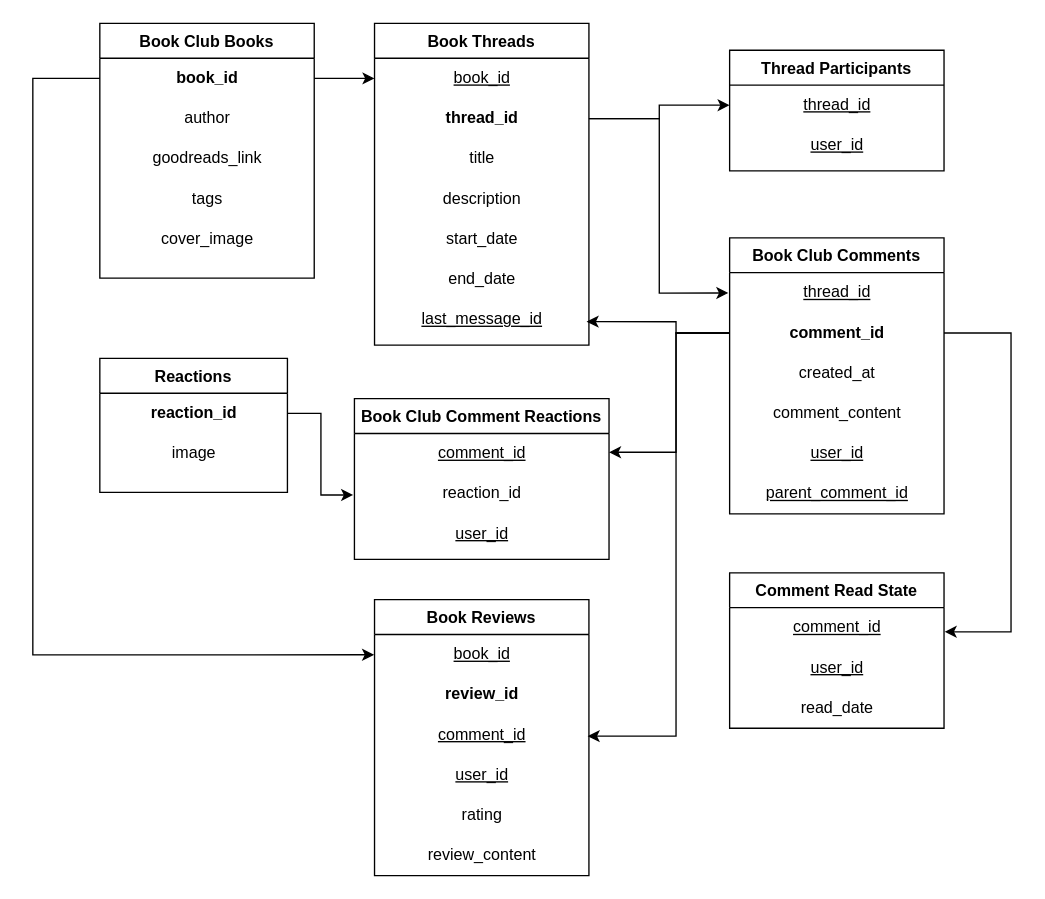
Before: images/BookClubERD.drawio in hwilloug/hannah-blog, a draw.io diagram. Source tidied: cells renumbered, new cells numbered last; positions are measured from the earlier drawing's top-left corner, leaving out a move shared by most shapes. Both pictures are drawn from the tidied source at 134%, with x=0, y=0 at pixel (32, 23).
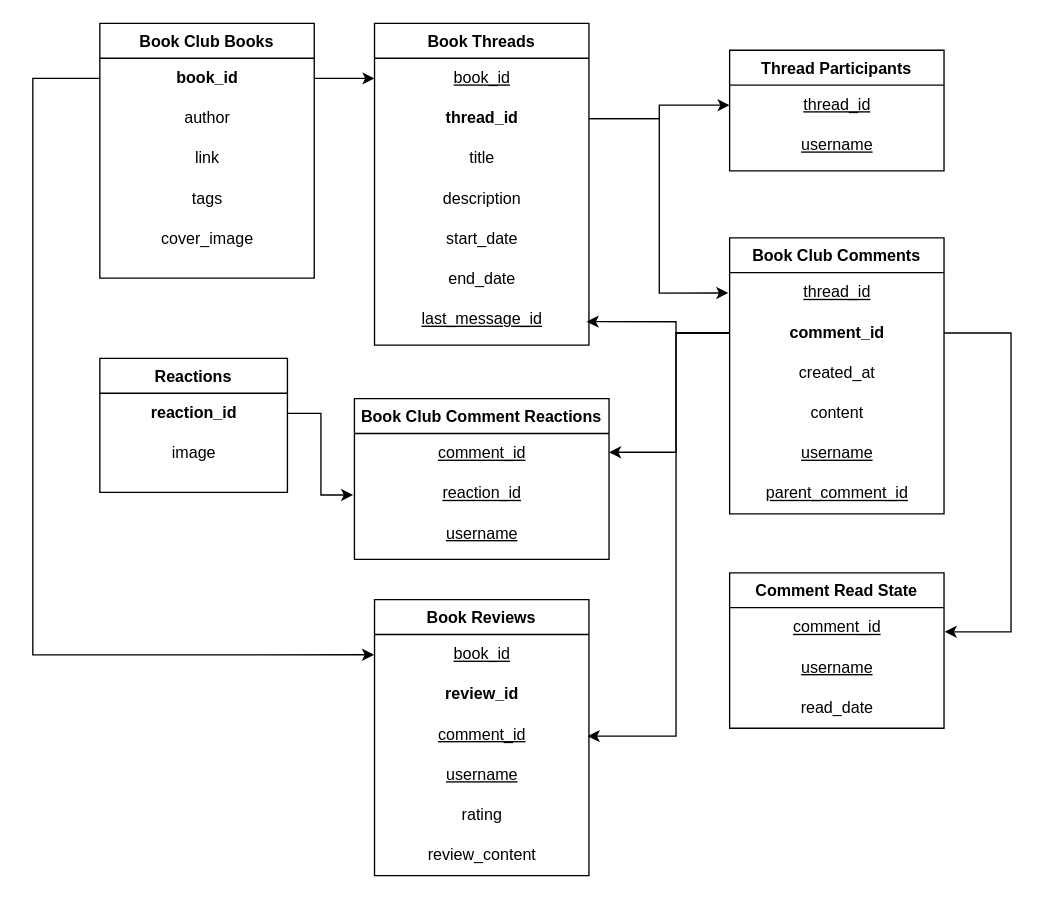
The same diagram, later.

The change refers to these unchanged cells:
```xml
<mxCell id="2" value="Book Club Comments" style="swimlane;fontStyle=1;align=center;verticalAlign=top;horizontal=1;startSize=26;rounded=0;shadow=0;strokeWidth=1;" parent="1" vertex="1">
  <mxGeometry x="520" y="160" width="160" height="206" as="geometry" />
</mxCell>
<mxCell id="9" value="Book Club Books" style="swimlane;fontStyle=1;align=center;verticalAlign=top;horizontal=1;startSize=26;rounded=0;shadow=0;strokeWidth=1;" parent="1" vertex="1">
  <mxGeometry x="50" width="160" height="190" as="geometry" />
</mxCell>
<mxCell id="24" value="Book Club Comment Reactions" style="swimlane;fontStyle=1;align=center;verticalAlign=top;horizontal=1;startSize=26;rounded=0;shadow=0;strokeWidth=1;" parent="1" vertex="1">
  <mxGeometry x="240" y="280" width="190" height="120" as="geometry" />
</mxCell>
<mxCell id="34" value="Thread Participants" style="swimlane;fontStyle=1;align=center;verticalAlign=top;horizontal=1;startSize=26;rounded=0;shadow=0;strokeWidth=1;" parent="1" vertex="1">
  <mxGeometry x="520" y="20" width="160" height="90" as="geometry" />
</mxCell>
<mxCell id="38" value="Comment Read State" style="swimlane;fontStyle=1;align=center;verticalAlign=top;horizontal=1;startSize=26;rounded=0;shadow=0;strokeWidth=1;" parent="1" vertex="1">
  <mxGeometry x="520" y="410" width="160" height="116" as="geometry" />
</mxCell>
<mxCell id="44" value="Book Reviews" style="swimlane;fontStyle=1;align=center;verticalAlign=top;horizontal=1;startSize=26;rounded=0;shadow=0;strokeWidth=1;" parent="1" vertex="1">
  <mxGeometry x="255" y="430" width="160" height="206" as="geometry" />
</mxCell>
```

Change to the diagram source:
```diff
@@
-    <mxCell id="6" value="comment_content" style="text;html=1;align=center;verticalAlign=middle;strokeColor=none;fillColor=none;" parent="2" vertex="1">
+    <mxCell id="6" value="content" style="text;html=1;align=center;verticalAlign=middle;strokeColor=none;fillColor=none;" parent="2" vertex="1">
       <mxGeometry y="116" width="160" height="30" as="geometry" />
     </mxCell>
-    <mxCell id="7" value="user_id" style="text;html=1;align=center;verticalAlign=middle;strokeColor=none;fillColor=none;fontStyle=4;" parent="2" vertex="1">
+    <mxCell id="7" value="username" style="text;html=1;align=center;verticalAlign=middle;strokeColor=none;fillColor=none;fontStyle=4;" parent="2" vertex="1">
       <mxGeometry y="146" width="160" height="30" as="geometry" />
     </mxCell>
@@
-    <mxCell id="12" value="goodreads_link" style="text;html=1;align=center;verticalAlign=middle;strokeColor=none;fillColor=none;" parent="9" vertex="1">
+    <mxCell id="12" value="link" style="text;html=1;align=center;verticalAlign=middle;strokeColor=none;fillColor=none;" parent="9" vertex="1">
       <mxGeometry y="86" width="160" height="30" as="geometry" />
     </mxCell>
@@
-    <mxCell id="26" value="reaction_id" style="text;html=1;align=center;verticalAlign=middle;points=[];strokeColor=none;fillColor=none;" parent="24" vertex="1">
+    <mxCell id="26" value="reaction_id" style="text;html=1;align=center;verticalAlign=middle;points=[];strokeColor=none;fillColor=none;fontStyle=4;" parent="24" vertex="1">
       <mxGeometry y="56" width="190" height="30" as="geometry" />
     </mxCell>
-    <mxCell id="27" value="user_id" style="text;html=1;align=center;verticalAlign=middle;strokeColor=none;fillColor=none;fontStyle=4;" parent="24" vertex="1">
+    <mxCell id="27" value="username" style="text;html=1;align=center;verticalAlign=middle;strokeColor=none;fillColor=none;fontStyle=4;" parent="24" vertex="1">
       <mxGeometry y="86" width="190" height="30" as="geometry" />
     </mxCell>
@@
-    <mxCell id="36" value="user_id" style="text;html=1;align=center;verticalAlign=middle;strokeColor=none;fillColor=none;fontStyle=4;" parent="34" vertex="1">
+    <mxCell id="36" value="username" style="text;html=1;align=center;verticalAlign=middle;strokeColor=none;fillColor=none;fontStyle=4;" parent="34" vertex="1">
       <mxGeometry y="56" width="160" height="30" as="geometry" />
     </mxCell>
@@
-    <mxCell id="40" value="user_id" style="text;html=1;align=center;verticalAlign=middle;strokeColor=none;fillColor=none;fontStyle=4;" parent="38" vertex="1">
+    <mxCell id="40" value="username" style="text;html=1;align=center;verticalAlign=middle;strokeColor=none;fillColor=none;fontStyle=4;" parent="38" vertex="1">
       <mxGeometry y="56" width="160" height="30" as="geometry" />
     </mxCell>
@@
-    <mxCell id="48" value="user_id" style="text;html=1;align=center;verticalAlign=middle;strokeColor=none;fillColor=none;fontStyle=4;" parent="44" vertex="1">
+    <mxCell id="48" value="username" style="text;html=1;align=center;verticalAlign=middle;strokeColor=none;fillColor=none;fontStyle=4;" parent="44" vertex="1">
       <mxGeometry y="116" width="160" height="30" as="geometry" />
     </mxCell>
```
